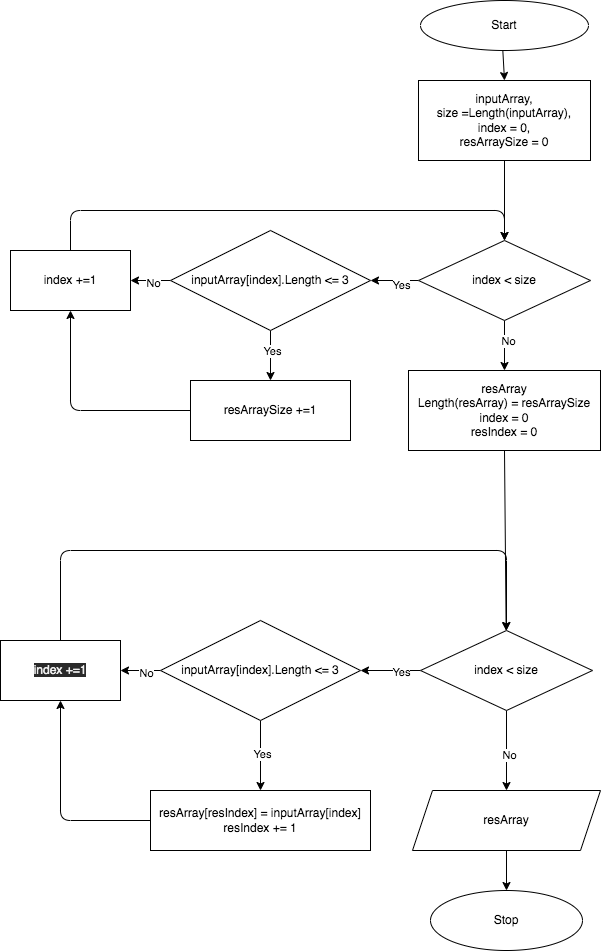
igor-rodin/gb-first-quarter-test keeps this draw.io diagram as task-diagram.png. Above is the earlier version. Source tidied: cells renumbered, new cells last; positions are measured from the earlier drawing's top-left corner, leaving out a move shared by most shapes.
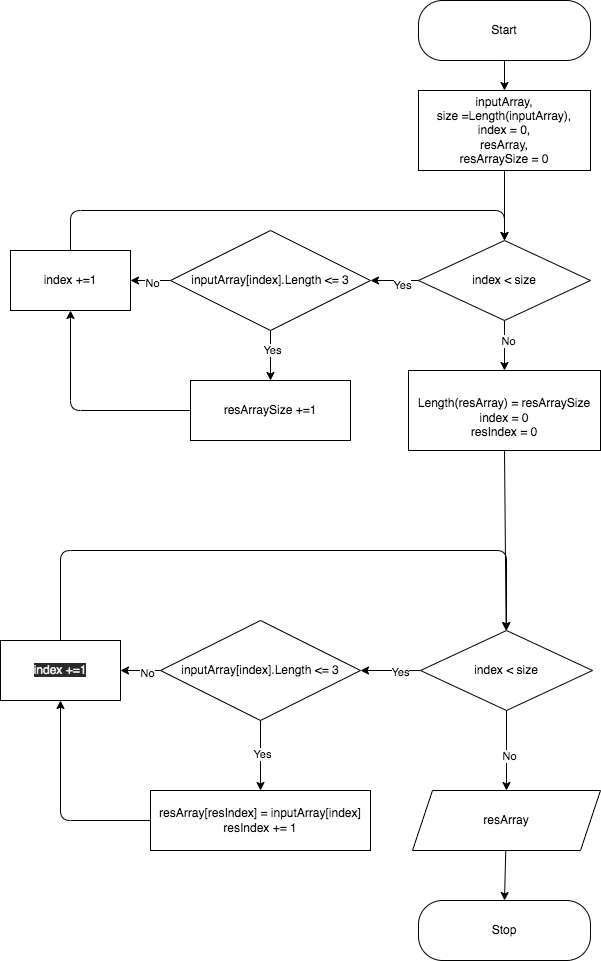
After the commit.

Diff of the diagram source:
```diff
@@ -2,17 +2,16 @@
   <root>
     <mxCell id="0" />
     <mxCell id="1" parent="0" />
-    <mxCell id="2" style="edgeStyle=none;html=1;" parent="1" edge="1" source="3" target="5">
-      <mxGeometry relative="1" as="geometry" />
+    <mxCell id="2" style="edgeStyle=none;html=1;" parent="1" edge="1" target="5">
+      <mxGeometry relative="1" as="geometry">
+        <mxPoint x="504" y="50" as="sourcePoint" />
+      </mxGeometry>
     </mxCell>
-    <mxCell id="3" value="Start" style="ellipse;whiteSpace=wrap;html=1;" parent="1" vertex="1">
-      <mxGeometry x="420" width="168" height="50" as="geometry" />
-    </mxCell>
     <mxCell id="4" style="edgeStyle=none;html=1;" parent="1" edge="1" source="5" target="10">
       <mxGeometry relative="1" as="geometry" />
     </mxCell>
-    <mxCell id="5" value="inputArray,&lt;br&gt;size =Length(inputArray),&lt;br&gt;index = 0,&lt;br&gt;resArraySize = 0" style="whiteSpace=wrap;html=1;" parent="1" vertex="1">
-      <mxGeometry x="418" y="80" width="172" height="80" as="geometry" />
+    <mxCell id="5" value="inputArray,&lt;br&gt;size =Length(inputArray),&lt;br&gt;index = 0,&lt;br&gt;resArray,&lt;br&gt;resArraySize = 0" style="whiteSpace=wrap;html=1;" parent="1" vertex="1">
+      <mxGeometry x="418" y="90" width="172" height="80" as="geometry" />
     </mxCell>
     <mxCell id="6" style="edgeStyle=none;html=1;" parent="1" edge="1" source="10" target="15">
       <mxGeometry relative="1" as="geometry" />
@@ -68,7 +67,7 @@
     <mxCell id="20" style="edgeStyle=none;html=1;exitX=0.5;exitY=1;exitDx=0;exitDy=0;" parent="1" edge="1" source="21" target="26">
       <mxGeometry relative="1" as="geometry" />
     </mxCell>
-    <mxCell id="21" value="resArray&lt;br&gt;Length(resArray) = resArraySize&lt;br&gt;index = 0&lt;br&gt;resIndex = 0" style="whiteSpace=wrap;html=1;" parent="1" vertex="1">
+    <mxCell id="21" value="&lt;br&gt;Length(resArray) = resArraySize&lt;br&gt;index = 0&lt;br&gt;resIndex = 0" style="whiteSpace=wrap;html=1;" parent="1" vertex="1">
       <mxGeometry x="408" y="370" width="192" height="80" as="geometry" />
     </mxCell>
     <mxCell id="22" style="edgeStyle=none;html=1;" parent="1" edge="1" source="26" target="31">
@@ -101,15 +100,12 @@
     <mxCell id="31" value="inputArray&lt;span&gt;[index].Length &amp;lt;= 3&lt;/span&gt;" style="rhombus;whiteSpace=wrap;html=1;" parent="1" vertex="1">
       <mxGeometry x="160" y="620" width="200" height="100" as="geometry" />
     </mxCell>
-    <mxCell id="32" style="edgeStyle=none;html=1;" parent="1" edge="1" source="33" target="34">
+    <mxCell id="32" style="edgeStyle=none;html=1;entryX=0.5;entryY=0;entryDx=0;entryDy=0;" parent="1" edge="1" source="33" target="34">
       <mxGeometry relative="1" as="geometry" />
     </mxCell>
     <mxCell id="33" value="resArray" style="shape=parallelogram;perimeter=parallelogramPerimeter;whiteSpace=wrap;html=1;fixedSize=1;" parent="1" vertex="1">
       <mxGeometry x="412" y="790" width="188" height="60" as="geometry" />
     </mxCell>
-    <mxCell id="34" value="Stop" style="ellipse;whiteSpace=wrap;html=1;" parent="1" vertex="1">
-      <mxGeometry x="430" y="890" width="152" height="60" as="geometry" />
-    </mxCell>
     <mxCell id="35" style="edgeStyle=none;html=1;exitX=0;exitY=0.5;exitDx=0;exitDy=0;entryX=0.5;entryY=1;entryDx=0;entryDy=0;" parent="1" edge="1" source="36" target="38">
       <mxGeometry relative="1" as="geometry">
         <Array as="points">
@@ -131,5 +127,11 @@
     <mxCell id="38" value="&lt;meta charset=&quot;utf-8&quot;&gt;&lt;span style=&quot;color: rgb(240, 240, 240); font-family: helvetica; font-size: 12px; font-style: normal; font-weight: 400; letter-spacing: normal; text-align: center; text-indent: 0px; text-transform: none; word-spacing: 0px; background-color: rgb(42, 42, 42); display: inline; float: none;&quot;&gt;index +=1&lt;/span&gt;" style="whiteSpace=wrap;html=1;" parent="1" vertex="1">
       <mxGeometry y="640" width="120" height="60" as="geometry" />
     </mxCell>
+    <mxCell id="3" value="Start" style="rounded=1;whiteSpace=wrap;html=1;arcSize=40;" parent="1" vertex="1">
+      <mxGeometry x="418" width="172" height="60" as="geometry" />
+    </mxCell>
+    <mxCell id="34" value="Stop" style="rounded=1;whiteSpace=wrap;html=1;arcSize=40;" parent="1" vertex="1">
+      <mxGeometry x="418" y="900" width="172" height="60" as="geometry" />
+    </mxCell>
   </root>
 </mxGraphModel>
```
